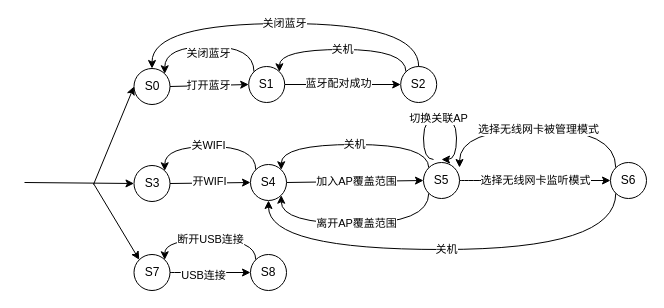
Before: page "方法三：并行自动机_笔记本行为" (9 of 9) of 时间自动机.drawio in Icarus1994/neutron_conf, a draw.io diagram. Source tidied: cells renumbered, new cells numbered last; positions are measured from the earlier drawing's top-left corner, leaving out a move shared by most shapes. Both pictures are drawn from the tidied source at 100%, with x=0, y=0 at pixel (24, 23).
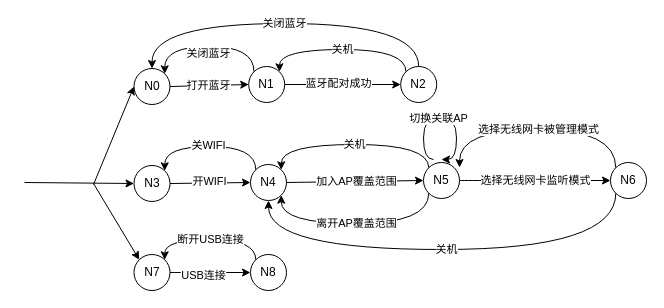
The same diagram, later.

The edit, as a diff of the source:
```diff
@@
-    <mxCell id="5" value="S3" style="ellipse;whiteSpace=wrap;html=1;" parent="1" vertex="1">
+    <mxCell id="5" value="N3" style="ellipse;whiteSpace=wrap;html=1;" parent="1" vertex="1">
       <mxGeometry x="109.5" y="142" width="36" height="36" as="geometry" />
     </mxCell>
@@
-    <mxCell id="11" value="S4" style="ellipse;whiteSpace=wrap;html=1;" parent="1" vertex="1">
+    <mxCell id="11" value="N4" style="ellipse;whiteSpace=wrap;html=1;" parent="1" vertex="1">
       <mxGeometry x="226" y="141" width="36" height="36" as="geometry" />
     </mxCell>
@@
-    <mxCell id="15" value="S5" style="ellipse;whiteSpace=wrap;html=1;" parent="1" vertex="1">
+    <mxCell id="15" value="N5" style="ellipse;whiteSpace=wrap;html=1;" parent="1" vertex="1">
       <mxGeometry x="399" y="139" width="36" height="36" as="geometry" />
     </mxCell>
@@
-    <mxCell id="17" value="S0" style="ellipse;whiteSpace=wrap;html=1;" parent="1" vertex="1">
+    <mxCell id="17" value="N0" style="ellipse;whiteSpace=wrap;html=1;" parent="1" vertex="1">
       <mxGeometry x="109.5" y="45" width="36" height="36" as="geometry" />
     </mxCell>
@@
-    <mxCell id="21" value="S1" style="ellipse;whiteSpace=wrap;html=1;" parent="1" vertex="1">
+    <mxCell id="21" value="N1" style="ellipse;whiteSpace=wrap;html=1;" parent="1" vertex="1">
       <mxGeometry x="224.2" y="43" width="36" height="36" as="geometry" />
     </mxCell>
@@
-    <mxCell id="25" value="S2" style="ellipse;whiteSpace=wrap;html=1;" parent="1" vertex="1">
+    <mxCell id="25" value="N2" style="ellipse;whiteSpace=wrap;html=1;" parent="1" vertex="1">
       <mxGeometry x="376.2" y="43" width="36" height="36" as="geometry" />
     </mxCell>
@@
-    <mxCell id="28" value="S6" style="ellipse;whiteSpace=wrap;html=1;" parent="1" vertex="1">
+    <mxCell id="28" value="N6" style="ellipse;whiteSpace=wrap;html=1;" parent="1" vertex="1">
       <mxGeometry x="586" y="139" width="36" height="36" as="geometry" />
     </mxCell>
@@
-    <mxCell id="31" value="S7" style="ellipse;whiteSpace=wrap;html=1;" parent="1" vertex="1">
+    <mxCell id="31" value="N7" style="ellipse;whiteSpace=wrap;html=1;" parent="1" vertex="1">
       <mxGeometry x="109.5" y="231" width="36" height="36" as="geometry" />
     </mxCell>
@@
-    <mxCell id="33" value="S8" style="ellipse;whiteSpace=wrap;html=1;" parent="1" vertex="1">
+    <mxCell id="33" value="N8" style="ellipse;whiteSpace=wrap;html=1;" parent="1" vertex="1">
       <mxGeometry x="226" y="231" width="36" height="36" as="geometry" />
     </mxCell>
```
